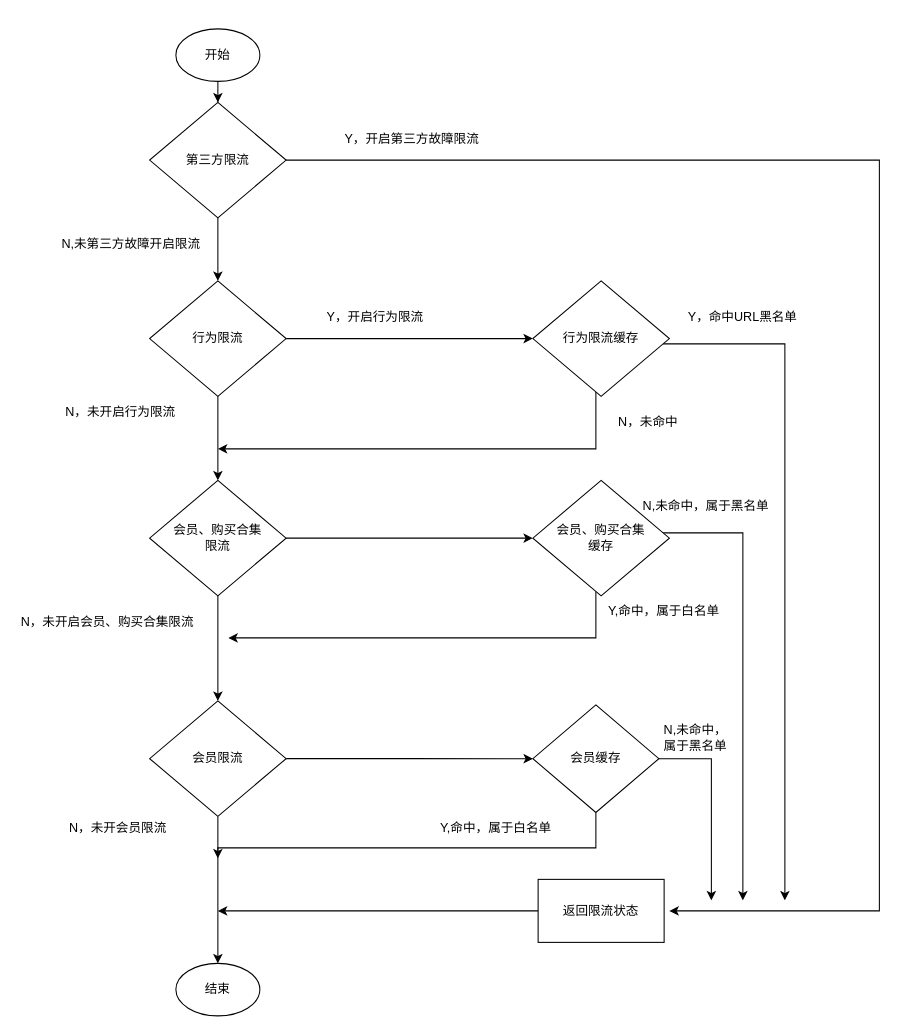
The draw.io diagram 限流2.drawio in ffyyhh995511/draw.io, before the edit. Source tidied: cells renumbered, new cells numbered last; positions are measured from the earlier drawing's top-left corner, leaving out a move shared by most shapes. Both pictures are drawn from the tidied source at 105%, with x=0, y=0 at pixel (18, 28).
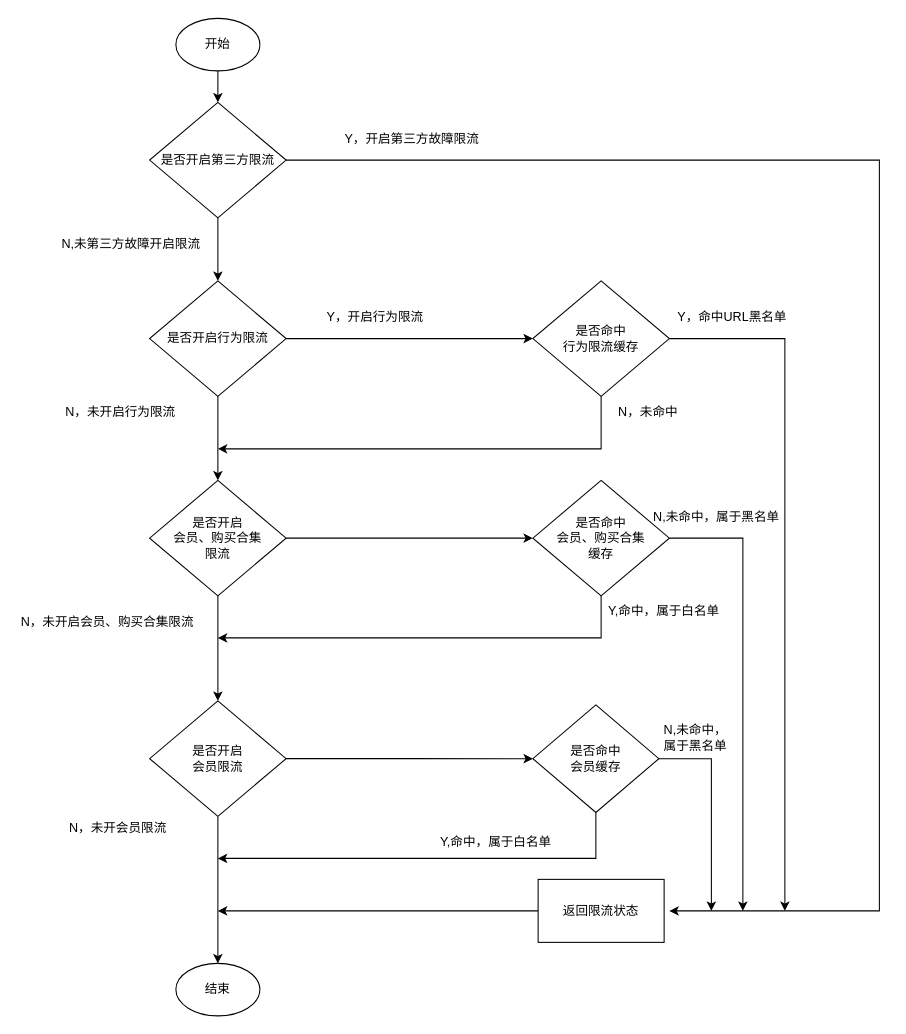
The same page after the edit.

What changed in the source:
```diff
@@
     <mxCell id="3" value="开始" style="ellipse;whiteSpace=wrap;html=1;" parent="1" vertex="1">
-      <mxGeometry x="150" width="80" height="50" as="geometry" />
+      <mxGeometry x="150" y="-10" width="80" height="50" as="geometry" />
     </mxCell>
@@
-    <mxCell id="6" value="第三方限流" style="rhombus;whiteSpace=wrap;html=1;" parent="1" vertex="1">
+    <mxCell id="6" value="是否开启第三方限流" style="rhombus;whiteSpace=wrap;html=1;" parent="1" vertex="1">
       <mxGeometry x="125" y="70" width="130" height="110" as="geometry" />
     </mxCell>
@@
-    <mxCell id="9" value="行为限流" style="rhombus;whiteSpace=wrap;html=1;" parent="1" vertex="1">
+    <mxCell id="9" value="是否开启行为限流" style="rhombus;whiteSpace=wrap;html=1;" parent="1" vertex="1">
       <mxGeometry x="125" y="240" width="130" height="110" as="geometry" />
     </mxCell>
@@
-    <mxCell id="12" value="会员、购买合集&lt;br&gt;限流" style="rhombus;whiteSpace=wrap;html=1;" parent="1" vertex="1">
+    <mxCell id="12" value="是否开启&lt;br&gt;会员、购买合集&lt;br&gt;限流" style="rhombus;whiteSpace=wrap;html=1;" parent="1" vertex="1">
       <mxGeometry x="125" y="430" width="130" height="110" as="geometry" />
     </mxCell>
@@
-    <mxCell id="15" value="会员限流" style="rhombus;whiteSpace=wrap;html=1;" parent="1" vertex="1">
+    <mxCell id="15" value="是否开启&lt;br&gt;会员限流" style="rhombus;whiteSpace=wrap;html=1;" parent="1" vertex="1">
       <mxGeometry x="125" y="640" width="130" height="110" as="geometry" />
     </mxCell>
@@
     <mxCell id="20" style="edgeStyle=orthogonalEdgeStyle;rounded=0;jettySize=auto;html=1;" parent="1" edge="1" source="22">
       <mxGeometry relative="1" as="geometry">
-        <mxPoint x="730" y="830" as="targetPoint" />
+        <mxPoint x="730" y="840" as="targetPoint" />
         <Array as="points">
-          <mxPoint x="730" y="300" />
+          <mxPoint x="730" y="295" />
         </Array>
       </mxGeometry>
     </mxCell>
     <mxCell id="21" style="edgeStyle=orthogonalEdgeStyle;rounded=0;jettySize=auto;html=1;" parent="1" edge="1" source="22">
       <mxGeometry relative="1" as="geometry">
         <mxPoint x="190" y="400" as="targetPoint" />
         <Array as="points">
-          <mxPoint x="550" y="400" />
+          <mxPoint x="555" y="400" />
         </Array>
       </mxGeometry>
     </mxCell>
-    <mxCell id="22" value="行为限流缓存" style="rhombus;whiteSpace=wrap;html=1;" parent="1" vertex="1">
+    <mxCell id="22" value="是否命中&lt;br&gt;行为限流缓存" style="rhombus;whiteSpace=wrap;html=1;" parent="1" vertex="1">
       <mxGeometry x="490" y="240" width="130" height="110" as="geometry" />
     </mxCell>
@@
     <mxCell id="25" value="Y，命中URL黑名单" style="text;html=1;strokeColor=none;fillColor=none;align=center;verticalAlign=middle;whiteSpace=wrap;rounded=0;" parent="1" vertex="1">
-      <mxGeometry x="630" y="260" width="120" height="30" as="geometry" />
+      <mxGeometry x="620" y="260" width="120" height="30" as="geometry" />
     </mxCell>
     <mxCell id="26" value="N，未命中" style="text;html=1;strokeColor=none;fillColor=none;align=center;verticalAlign=middle;whiteSpace=wrap;rounded=0;" parent="1" vertex="1">
-      <mxGeometry x="540" y="360" width="120" height="30" as="geometry" />
+      <mxGeometry x="540" y="350" width="120" height="30" as="geometry" />
     </mxCell>
@@
     <mxCell id="28" style="edgeStyle=orthogonalEdgeStyle;rounded=0;jettySize=auto;html=1;" parent="1" edge="1" source="30">
       <mxGeometry relative="1" as="geometry">
-        <mxPoint x="690" y="830" as="targetPoint" />
+        <mxPoint x="690" y="840" as="targetPoint" />
         <Array as="points">
-          <mxPoint x="690" y="480" />
+          <mxPoint x="690" y="485" />
         </Array>
       </mxGeometry>
     </mxCell>
     <mxCell id="29" style="edgeStyle=orthogonalEdgeStyle;rounded=0;jettySize=auto;html=1;" parent="1" edge="1" source="30">
       <mxGeometry relative="1" as="geometry">
-        <mxPoint x="200" y="580" as="targetPoint" />
+        <mxPoint x="190" y="580" as="targetPoint" />
         <Array as="points">
-          <mxPoint x="550" y="580" />
+          <mxPoint x="555" y="580" />
         </Array>
       </mxGeometry>
     </mxCell>
-    <mxCell id="30" value="会员、购买合集&lt;br&gt;缓存" style="rhombus;whiteSpace=wrap;html=1;" parent="1" vertex="1">
+    <mxCell id="30" value="是否命中&lt;br&gt;会员、购买合集&lt;br&gt;缓存" style="rhombus;whiteSpace=wrap;html=1;" parent="1" vertex="1">
       <mxGeometry x="490" y="430" width="130" height="110" as="geometry" />
     </mxCell>
     <mxCell id="31" value="N,未命中，属于黑名单" style="text;html=1;strokeColor=none;fillColor=none;align=center;verticalAlign=middle;whiteSpace=wrap;rounded=0;" parent="1" vertex="1">
-      <mxGeometry x="590" y="440" width="130" height="30" as="geometry" />
+      <mxGeometry x="600" y="450" width="130" height="30" as="geometry" />
     </mxCell>
@@
     <mxCell id="33" style="edgeStyle=orthogonalEdgeStyle;rounded=0;jettySize=auto;html=1;" parent="1" edge="1" source="35">
       <mxGeometry relative="1" as="geometry">
-        <mxPoint x="660" y="830" as="targetPoint" />
+        <mxPoint x="660" y="840" as="targetPoint" />
         <Array as="points">
           <mxPoint x="660" y="695" />
         </Array>
       </mxGeometry>
     </mxCell>
     <mxCell id="34" style="edgeStyle=orthogonalEdgeStyle;rounded=0;jettySize=auto;html=1;" parent="1" edge="1" source="35">
       <mxGeometry relative="1" as="geometry">
         <mxPoint x="190" y="790" as="targetPoint" />
         <Array as="points">
-          <mxPoint x="550" y="780" />
+          <mxPoint x="550" y="790" />
         </Array>
       </mxGeometry>
     </mxCell>
-    <mxCell id="35" value="会员缓存" style="rhombus;whiteSpace=wrap;html=1;" parent="1" vertex="1">
+    <mxCell id="35" value="是否命中&lt;br&gt;会员缓存" style="rhombus;whiteSpace=wrap;html=1;" parent="1" vertex="1">
       <mxGeometry x="490" y="643.8" width="120" height="102.5" as="geometry" />
     </mxCell>
@@
     <mxCell id="37" value="Y,命中，属于白名单" style="text;html=1;strokeColor=none;fillColor=none;align=center;verticalAlign=middle;whiteSpace=wrap;rounded=0;" parent="1" vertex="1">
-      <mxGeometry x="390" y="746.2" width="130" height="30" as="geometry" />
+      <mxGeometry x="390" y="760" width="130" height="30" as="geometry" />
     </mxCell>
```
